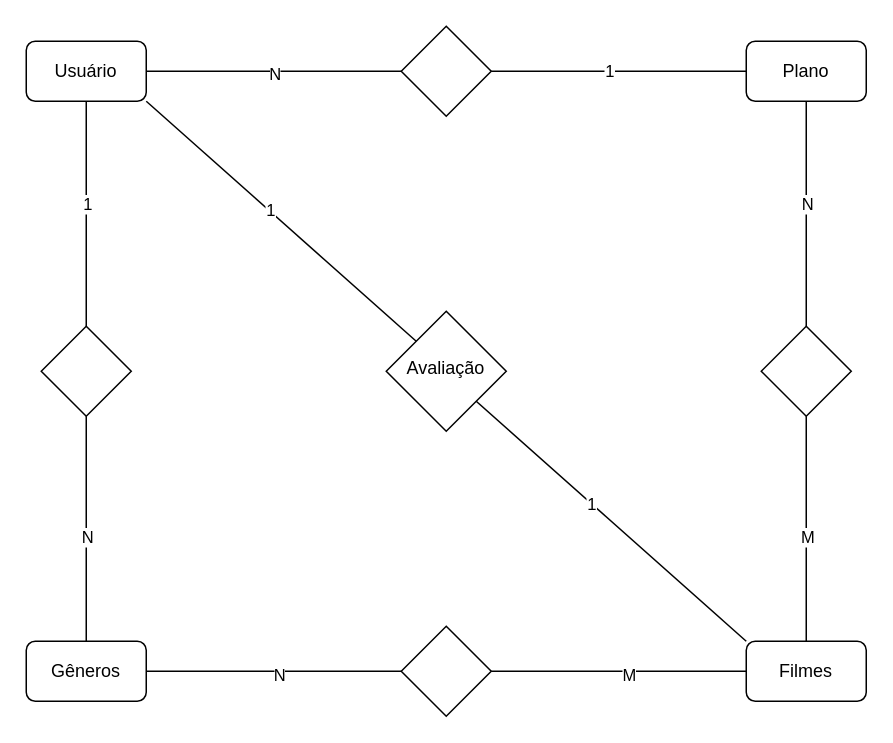
Above: MER - Plataforma de Streaming de Filmes.drawio in LucasRamos45/ProgBD (draw.io), before the change. Source tidied: cells renumbered, new cells numbered last; positions are measured from the earlier drawing's top-left corner, leaving out a move shared by most shapes. Both pictures are drawn from the tidied source at 150%, with x=0, y=0 at pixel (26, 26).
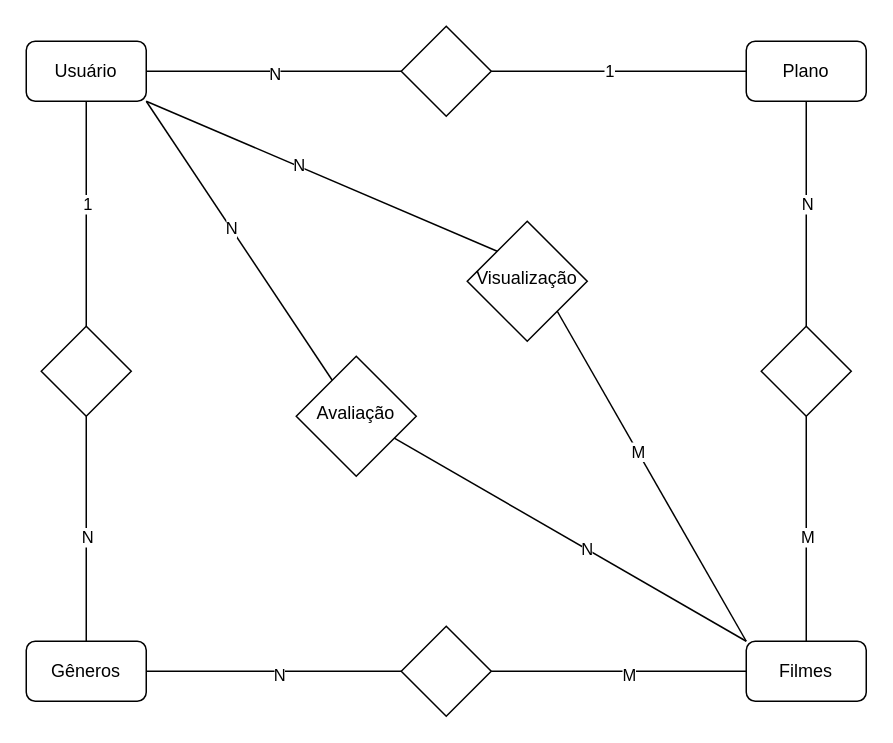
After the change.

Unchanged cells that the change refers to:
```xml
<mxCell id="2" value="Usuário" style="rounded=1;whiteSpace=wrap;html=1;fontSize=12;glass=0;strokeWidth=1;shadow=0;" parent="1" vertex="1">
  <mxGeometry y="10" width="80" height="40" as="geometry" />
</mxCell>
<mxCell id="6" value="Filmes" style="rounded=1;whiteSpace=wrap;html=1;fontSize=12;glass=0;strokeWidth=1;shadow=0;" parent="1" vertex="1">
  <mxGeometry x="480" y="410" width="80" height="40" as="geometry" />
</mxCell>
```

Diff of the diagram source:
```diff
@@
     <mxCell id="26" value="Avaliação" style="rhombus;whiteSpace=wrap;html=1;shadow=0;fontFamily=Helvetica;fontSize=12;align=center;strokeWidth=1;spacing=6;spacingTop=-4;" parent="1" vertex="1">
-      <mxGeometry x="240" y="190" width="80" height="80" as="geometry" />
+      <mxGeometry x="180" y="220" width="80" height="80" as="geometry" />
     </mxCell>
-    <mxCell id="27" style="endArrow=none;html=1;rounded=0;entryX=1;entryY=1;entryDx=0;entryDy=0;exitX=0;exitY=0;exitDx=0;exitDy=0;" parent="1" edge="1" source="6" target="26">
+    <mxCell id="27" style="endArrow=none;html=1;rounded=0;entryX=1;entryY=1;entryDx=0;entryDy=0;exitX=0;exitY=0;exitDx=0;exitDy=0;" parent="1" edge="1" source="31" target="2">
       <mxGeometry relative="1" as="geometry" />
     </mxCell>
-    <mxCell id="28" value="1" style="edgeLabel;html=1;align=center;verticalAlign=middle;" parent="27" vertex="1">
-      <mxGeometry x="0.15" relative="1" as="geometry" />
+    <mxCell id="28" value="N" style="edgeLabel;html=1;align=center;verticalAlign=middle;" parent="27" vertex="1">
+      <mxGeometry x="0.15" relative="1" as="geometry">
+        <mxPoint x="2" as="offset" />
+      </mxGeometry>
     </mxCell>
-    <mxCell id="29" style="endArrow=none;html=1;rounded=0;entryX=1;entryY=1;entryDx=0;entryDy=0;exitX=0;exitY=0;exitDx=0;exitDy=0;" parent="1" edge="1" source="26" target="2">
+    <mxCell id="29" style="endArrow=none;html=1;rounded=0;entryX=1;entryY=1;entryDx=0;entryDy=0;" parent="1" edge="1" source="26" target="2">
       <mxGeometry relative="1" as="geometry" />
     </mxCell>
-    <mxCell id="30" value="1" style="edgeLabel;html=1;align=center;verticalAlign=middle;" parent="29" vertex="1">
+    <mxCell id="30" value="N" style="edgeLabel;html=1;align=center;verticalAlign=middle;" parent="29" vertex="1">
       <mxGeometry x="0.09" relative="1" as="geometry" />
     </mxCell>
+    <mxCell id="31" value="Visualização" style="rhombus;whiteSpace=wrap;html=1;shadow=0;fontFamily=Helvetica;fontSize=12;align=center;strokeWidth=1;spacing=6;spacingTop=-4;" parent="1" vertex="1">
+      <mxGeometry x="294" y="130" width="80" height="80" as="geometry" />
+    </mxCell>
+    <mxCell id="32" style="endArrow=none;html=1;rounded=0;entryX=1;entryY=1;entryDx=0;entryDy=0;exitX=0;exitY=0;exitDx=0;exitDy=0;" parent="1" edge="1" source="6" target="31">
+      <mxGeometry relative="1" as="geometry" />
+    </mxCell>
+    <mxCell id="33" value="M" style="edgeLabel;html=1;align=center;verticalAlign=middle;" parent="32" vertex="1">
+      <mxGeometry x="0.15" relative="1" as="geometry" />
+    </mxCell>
+    <mxCell id="34" style="endArrow=none;html=1;rounded=0;" parent="1" edge="1" source="26">
+      <mxGeometry relative="1" as="geometry">
+        <mxPoint x="480" y="410" as="targetPoint" />
+      </mxGeometry>
+    </mxCell>
+    <mxCell id="35" value="N" style="edgeLabel;html=1;align=center;verticalAlign=middle;" parent="34" vertex="1">
+      <mxGeometry x="0.09" relative="1" as="geometry" />
+    </mxCell>
```
